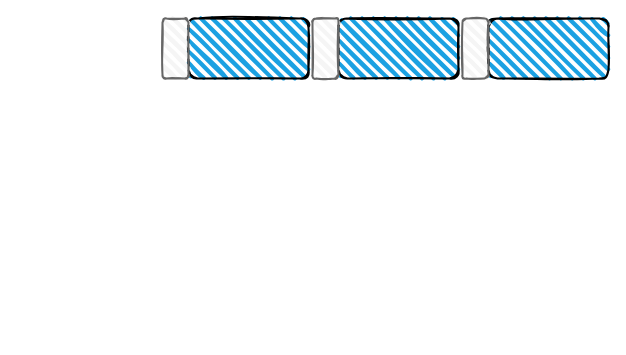
junfengtang/demo-poly keeps this draw.io diagram as 未命名绘图.drawio. Above is the earlier version. Source tidied: cells renumbered, new cells numbered last; positions are measured from the earlier drawing's top-left corner, leaving out a move shared by most shapes. Both pictures are drawn from the tidied source at 100%, with x=0, y=0 at pixel (162, 18).
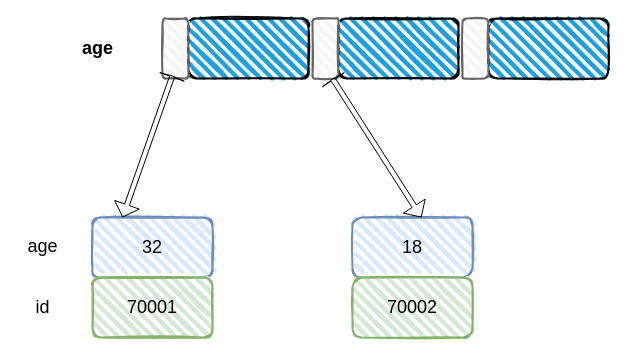
Above is the later version.

The edit, as a diff of the source:
```diff
@@
 <mxGraphModel>
   <root>
     <mxCell id="0" />
     <mxCell id="1" parent="0" />
     <mxCell id="2" style="rounded=1;whiteSpace=wrap;html=1;strokeWidth=2;fillWeight=4;hachureGap=8;hachureAngle=45;fillColor=#1ba1e2;sketch=1;" parent="1" vertex="1">
       <mxGeometry x="26" width="120" height="60" as="geometry" />
     </mxCell>
     <mxCell id="3" style="rounded=1;whiteSpace=wrap;html=1;strokeWidth=2;fillWeight=4;hachureGap=8;hachureAngle=45;fillColor=#f5f5f5;sketch=1;fontColor=#333333;strokeColor=#666666;" parent="1" vertex="1">
       <mxGeometry width="26" height="60" as="geometry" />
     </mxCell>
     <mxCell id="4" style="rounded=1;whiteSpace=wrap;html=1;strokeWidth=2;fillWeight=4;hachureGap=8;hachureAngle=45;fillColor=#1ba1e2;sketch=1;" parent="1" vertex="1">
       <mxGeometry x="176" width="120" height="60" as="geometry" />
     </mxCell>
     <mxCell id="5" style="rounded=1;whiteSpace=wrap;html=1;strokeWidth=2;fillWeight=4;hachureGap=8;hachureAngle=45;fillColor=#f5f5f5;sketch=1;fontColor=#333333;strokeColor=#666666;" parent="1" vertex="1">
       <mxGeometry x="150" width="26" height="60" as="geometry" />
     </mxCell>
     <mxCell id="6" style="rounded=1;whiteSpace=wrap;html=1;strokeWidth=2;fillWeight=4;hachureGap=8;hachureAngle=45;fillColor=#1ba1e2;sketch=1;" parent="1" vertex="1">
       <mxGeometry x="326" width="120" height="60" as="geometry" />
     </mxCell>
     <mxCell id="7" style="rounded=1;whiteSpace=wrap;html=1;strokeWidth=2;fillWeight=4;hachureGap=8;hachureAngle=45;fillColor=#f5f5f5;sketch=1;fontColor=#333333;strokeColor=#666666;" parent="1" vertex="1">
       <mxGeometry x="300" width="26" height="60" as="geometry" />
     </mxCell>
+    <mxCell id="8" value="&lt;b&gt;&lt;font style=&quot;font-size: 18px;&quot;&gt;age&lt;/font&gt;&lt;/b&gt;" style="text;html=1;align=center;verticalAlign=middle;strokeColor=none;fillColor=none;" parent="1" vertex="1">
+      <mxGeometry x="-90" y="10" width="50" height="40" as="geometry" />
+    </mxCell>
+    <mxCell id="9" value="32" style="rounded=1;whiteSpace=wrap;html=1;strokeWidth=2;fillWeight=4;hachureGap=8;hachureAngle=45;fillColor=#dae8fc;sketch=1;fontSize=18;strokeColor=#6c8ebf;" parent="1" vertex="1">
+      <mxGeometry x="-70" y="199" width="120" height="60" as="geometry" />
+    </mxCell>
+    <mxCell id="10" value="70001" style="rounded=1;whiteSpace=wrap;html=1;strokeWidth=2;fillWeight=4;hachureGap=8;hachureAngle=45;fillColor=#d5e8d4;sketch=1;fontSize=18;strokeColor=#82b366;" parent="1" vertex="1">
+      <mxGeometry x="-70" y="259" width="120" height="60" as="geometry" />
+    </mxCell>
+    <mxCell id="11" value="age" style="text;html=1;align=center;verticalAlign=middle;fillColor=none;strokeColor=none;rounded=0;fontSize=18;" parent="1" vertex="1">
+      <mxGeometry x="-145" y="208" width="50" height="40" as="geometry" />
+    </mxCell>
+    <mxCell id="12" value="id" style="text;html=1;align=center;verticalAlign=middle;fillColor=none;strokeColor=none;rounded=0;fontSize=18;" parent="1" vertex="1">
+      <mxGeometry x="-140" y="269" width="40" height="40" as="geometry" />
+    </mxCell>
+    <mxCell id="13" value="18" style="rounded=1;whiteSpace=wrap;html=1;strokeWidth=2;fillWeight=4;hachureGap=8;hachureAngle=45;fillColor=#dae8fc;sketch=1;fontSize=18;strokeColor=#6c8ebf;" parent="1" vertex="1">
+      <mxGeometry x="190" y="199" width="120" height="60" as="geometry" />
+    </mxCell>
+    <mxCell id="14" value="70002" style="rounded=1;whiteSpace=wrap;html=1;strokeWidth=2;fillWeight=4;hachureGap=8;hachureAngle=45;fillColor=#d5e8d4;sketch=1;fontSize=18;strokeColor=#82b366;" parent="1" vertex="1">
+      <mxGeometry x="190" y="259" width="120" height="60" as="geometry" />
+    </mxCell>
+    <mxCell id="15" style="shape=flexArrow;endArrow=classic;startArrow=classic;html=1;rounded=0;fontSize=18;endSize=0;startSize=4;width=5;exitX=0.25;exitY=0;exitDx=0;exitDy=0;" parent="1" edge="1" source="9">
+      <mxGeometry relative="1" as="geometry">
+        <mxPoint x="10" y="57" as="targetPoint" />
+      </mxGeometry>
+    </mxCell>
+    <mxCell id="16" style="shape=flexArrow;endArrow=classic;startArrow=classic;html=1;rounded=0;fontSize=18;endSize=0;startSize=4;width=5;exitX=0.575;exitY=0;exitDx=0;exitDy=0;exitPerimeter=0;" parent="1" edge="1" source="13">
+      <mxGeometry relative="1" as="geometry">
+        <mxPoint x="170" y="60" as="targetPoint" />
+      </mxGeometry>
+    </mxCell>
   </root>
 </mxGraphModel>
```
